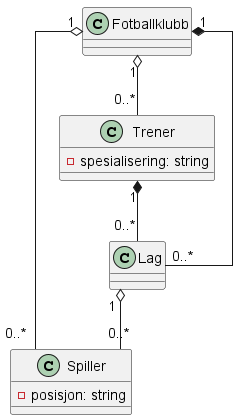
Above: periode2/plantuml/out/fotball/fotball.png in DanielGrotan/it2 (PlantUML), before the change.
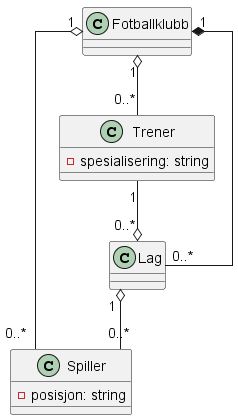
After the commit.

Diff of the diagram source:
```diff
@@ -20,6 +20,6 @@
 Fotballklubb "1" *-- "0..*" Lag
 
 Lag "1" o-- "0..*" Spiller
-Trener "1" *-- "0..*" Lag
+Trener "1" --o "0..*" Lag
 
 @enduml
```
